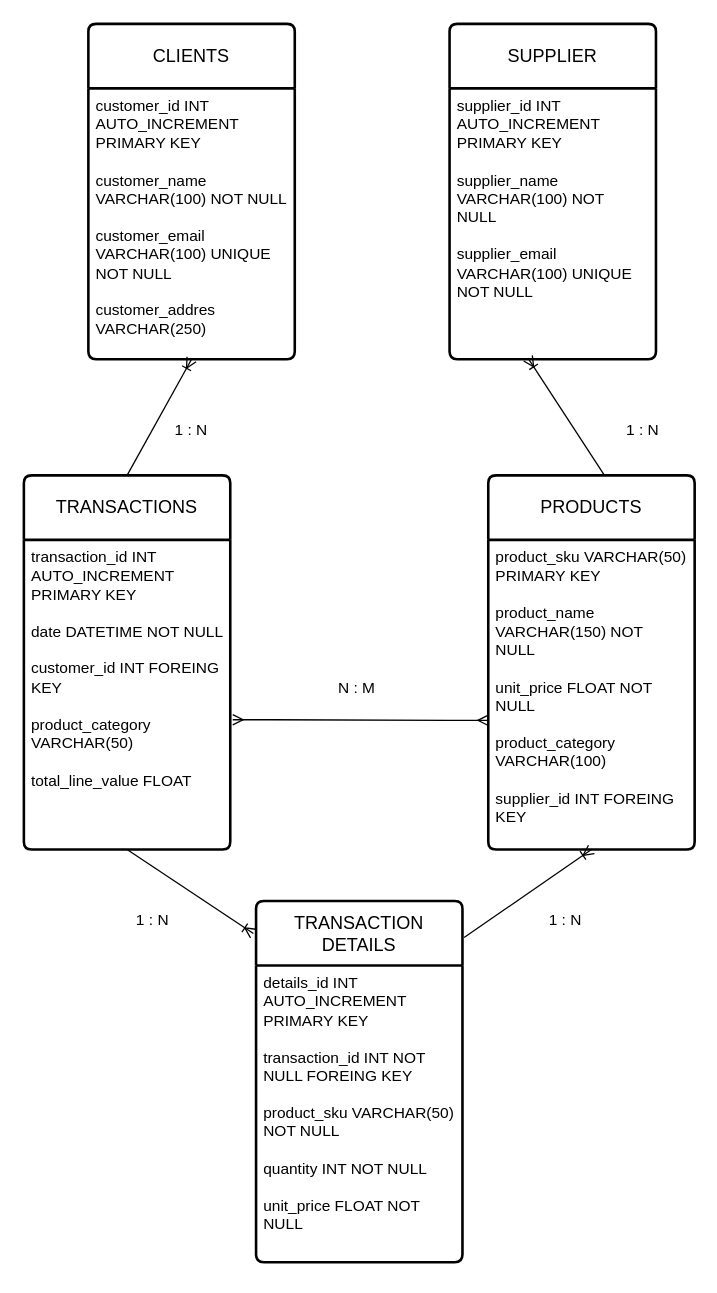
Above: Proof.drawio in kev289/MegaStoreGlobal (draw.io), before the change. Source tidied: cells renumbered, new cells numbered last; positions are measured from the earlier drawing's top-left corner, leaving out a move shared by most shapes. Both pictures are drawn from the tidied source at 129%, with x=0, y=0 at pixel (23, 23).
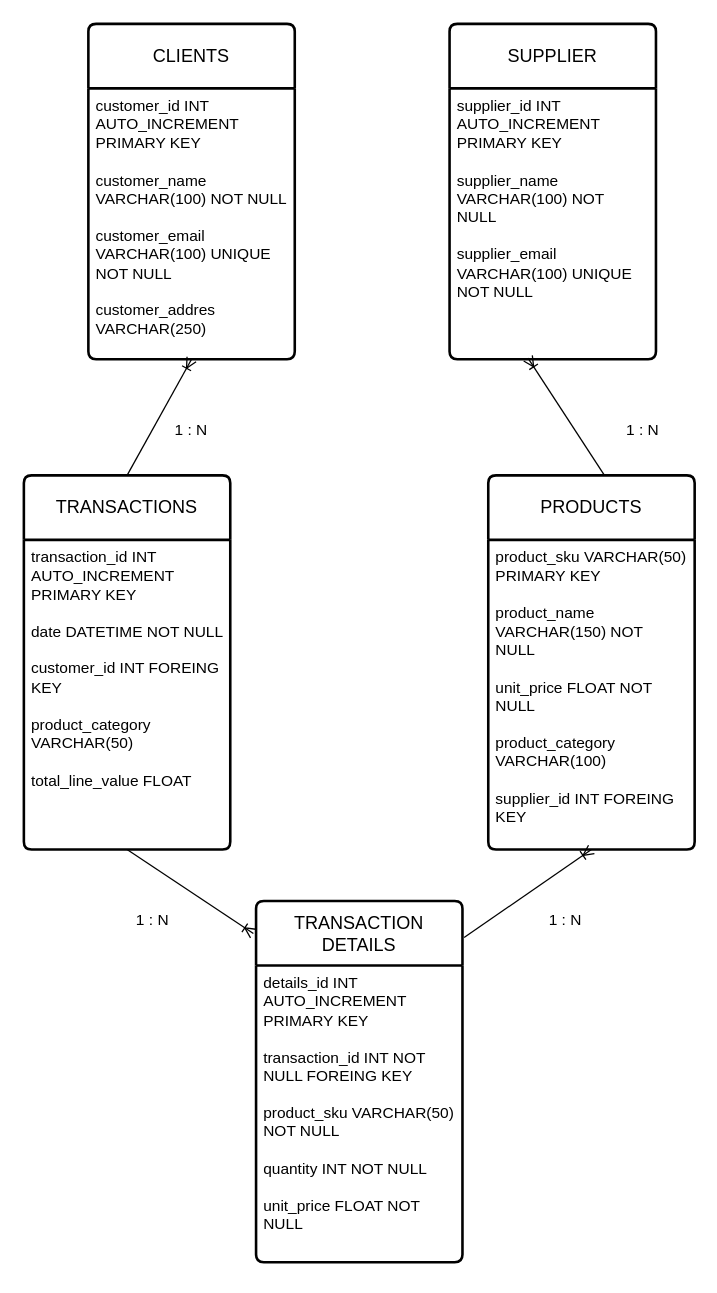
Above is the later version.

The change refers to these unchanged cells:
```xml
<mxCell id="3" value="transaction_id INT AUTO_INCREMENT PRIMARY KEY&lt;div&gt;&lt;br&gt;&lt;/div&gt;&lt;div&gt;date DATETIME NOT NULL&lt;/div&gt;&lt;div&gt;&lt;br&gt;&lt;/div&gt;&lt;div&gt;customer_id INT FOREING KEY&lt;/div&gt;&lt;div&gt;&lt;br&gt;&lt;/div&gt;&lt;div&gt;product_category VARCHAR(50)&amp;nbsp;&lt;/div&gt;&lt;div&gt;&lt;br&gt;&lt;/div&gt;&lt;div&gt;total_line_value FLOAT&amp;nbsp;&lt;/div&gt;" style="align=left;strokeColor=none;fillColor=none;spacingLeft=4;spacingRight=4;fontSize=12;verticalAlign=top;html=1;whiteSpace=wrap;" parent="2" vertex="1">
  <mxGeometry y="50" width="160" height="240" as="geometry" />
</mxCell>
<mxCell id="5" value="product_sku VARCHAR(50) PRIMARY KEY&amp;nbsp;&lt;div&gt;&lt;br&gt;&lt;/div&gt;&lt;div&gt;product_name VARCHAR(150) NOT NULL&amp;nbsp;&lt;/div&gt;&lt;div&gt;&lt;br&gt;&lt;/div&gt;&lt;div&gt;unit_price FLOAT NOT NULL&lt;/div&gt;&lt;div&gt;&lt;br&gt;&lt;/div&gt;&lt;div&gt;product_category VARCHAR(100)&lt;/div&gt;&lt;div&gt;&lt;br&gt;&lt;/div&gt;&lt;div&gt;supplier_id INT FOREING KEY&lt;/div&gt;&lt;div&gt;&lt;br&gt;&lt;/div&gt;" style="align=left;strokeColor=none;fillColor=none;spacingLeft=4;spacingRight=4;fontSize=12;verticalAlign=top;html=1;whiteSpace=wrap;" parent="4" vertex="1">
  <mxGeometry y="50" width="160" height="240" as="geometry" />
</mxCell>
```

Diff of the diagram source:
```diff
@@
-    <mxCell id="14" style="edgeStyle=entityRelationEdgeStyle;fontSize=12;html=1;endArrow=ERmany;startArrow=ERmany;rounded=0;entryX=0;entryY=0.583;entryDx=0;entryDy=0;entryPerimeter=0;exitX=1.012;exitY=0.581;exitDx=0;exitDy=0;exitPerimeter=0;" parent="1" edge="1" source="3" target="5">
-      <mxGeometry relative="1" as="geometry" />
-    </mxCell>
@@
-    <mxCell id="17" value="N : M&amp;nbsp;" style="text;html=1;whiteSpace=wrap;strokeColor=none;fillColor=none;align=center;verticalAlign=middle;rounded=0;" parent="1" vertex="1">
-      <mxGeometry x="230" y="500" width="60" height="30" as="geometry" />
-    </mxCell>
```
